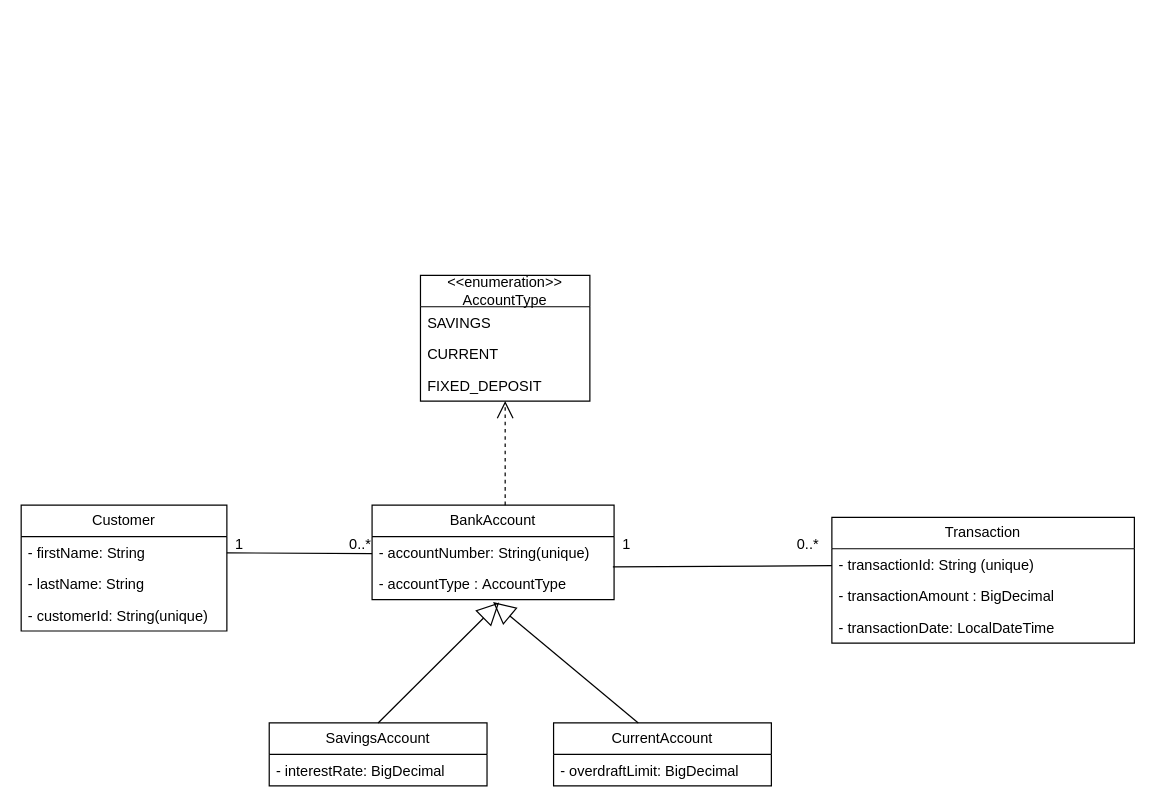
Before: page "BankAccountManagement" (11 of 12) of UML Diagram/Practice.drawio in prakashbtech87/aaaaaaaaaaaPrakashDrawIORepo, a draw.io diagram. Source tidied: cells renumbered, new cells numbered last; positions are measured from the earlier drawing's top-left corner, leaving out a move shared by most shapes. Both pictures are drawn from the tidied source at 121%, with x=0, y=0 at pixel (21, 275).
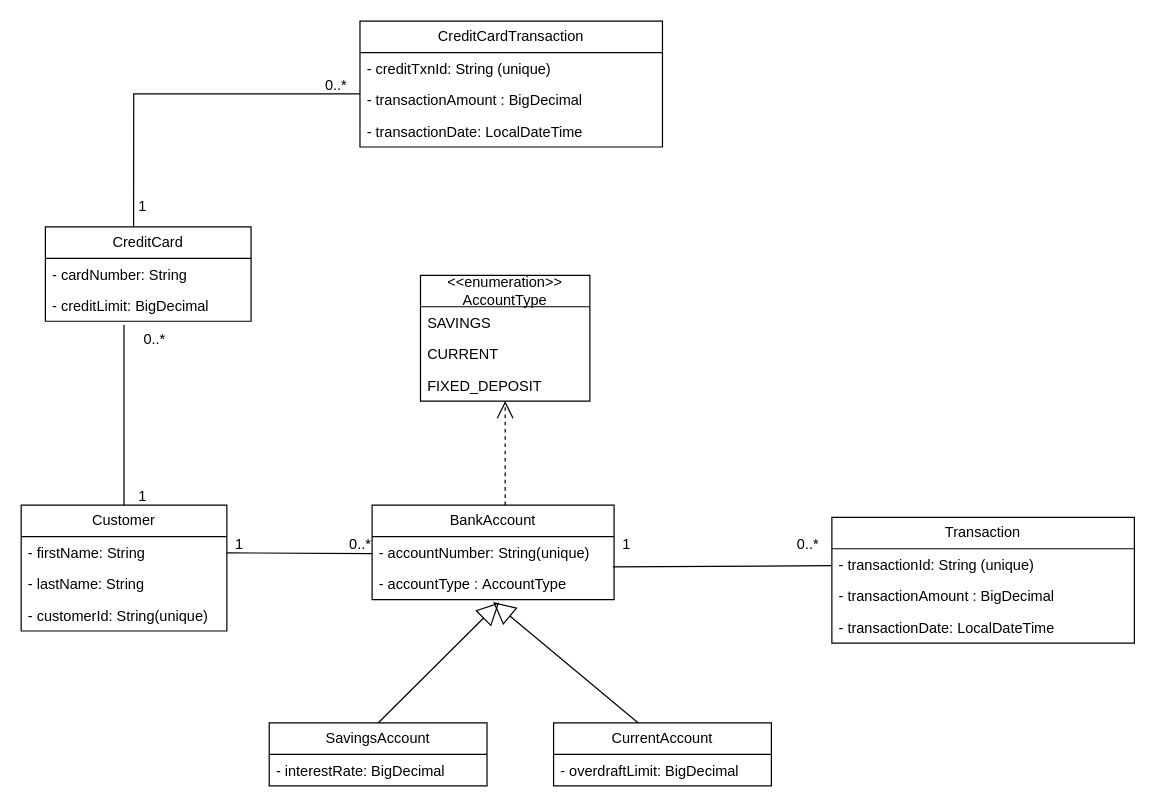
The same page after the edit.

Unchanged cells that the change refers to:
```xml
<mxCell id="2" value="Customer" style="swimlane;fontStyle=0;horizontal=1;startSize=26;fillColor=none;whiteSpace=wrap;html=1;" parent="1" vertex="1">
  <mxGeometry y="190" width="170" height="104" as="geometry" />
</mxCell>
```

What changed in the source:
```diff
@@
+    <mxCell id="30" value="CreditCard" style="swimlane;fontStyle=0;horizontal=1;startSize=26;fillColor=none;whiteSpace=wrap;html=1;" parent="1" vertex="1">
+      <mxGeometry x="20" y="-40" width="170" height="78" as="geometry" />
+    </mxCell>
+    <mxCell id="31" value="- cardNumber: String" style="text;strokeColor=none;fillColor=none;align=left;verticalAlign=top;spacingLeft=4;spacingRight=4;overflow=hidden;whiteSpace=wrap;html=1;" parent="30" vertex="1">
+      <mxGeometry y="26" width="170" height="26" as="geometry" />
+    </mxCell>
+    <mxCell id="32" value="- creditLimit: BigDecimal" style="text;strokeColor=none;fillColor=none;align=left;verticalAlign=top;spacingLeft=4;spacingRight=4;overflow=hidden;points=[[0,0.5],[1,0.5]];portConstraint=eastwest;whiteSpace=wrap;html=1;" parent="30" vertex="1">
+      <mxGeometry y="52" width="170" height="26" as="geometry" />
+    </mxCell>
+    <mxCell id="33" style="endArrow=none;html=1;rounded=0;exitX=0.5;exitY=0;exitDx=0;exitDy=0;entryX=0.382;entryY=1.115;entryDx=0;entryDy=0;entryPerimeter=0;" parent="1" edge="1" source="2" target="32">
+      <mxGeometry relative="1" as="geometry" />
+    </mxCell>
+    <mxCell id="34" value="0..*" style="text;html=1;align=center;verticalAlign=middle;strokeColor=none;fillColor=none;" parent="1" vertex="1">
+      <mxGeometry x="90" y="38" width="40" height="30" as="geometry" />
+    </mxCell>
+    <mxCell id="35" value="1" style="text;html=1;align=center;verticalAlign=middle;strokeColor=none;fillColor=none;" parent="1" vertex="1">
+      <mxGeometry x="85" y="168" width="30" height="30" as="geometry" />
+    </mxCell>
+    <mxCell id="36" value="CreditCardTransaction" style="swimlane;fontStyle=0;horizontal=1;startSize=26;fillColor=none;whiteSpace=wrap;html=1;" parent="1" vertex="1">
+      <mxGeometry x="280" y="-210" width="250" height="104" as="geometry" />
+    </mxCell>
+    <mxCell id="37" value="- creditTxnId: String (unique)" style="text;strokeColor=none;fillColor=none;align=left;verticalAlign=top;spacingLeft=4;spacingRight=4;overflow=hidden;whiteSpace=wrap;html=1;" parent="36" vertex="1">
+      <mxGeometry y="26" width="250" height="26" as="geometry" />
+    </mxCell>
+    <mxCell id="38" value="- transactionAmount : BigDecimal" style="text;strokeColor=none;fillColor=none;align=left;verticalAlign=top;spacingLeft=4;spacingRight=4;overflow=hidden;whiteSpace=wrap;html=1;" parent="36" vertex="1">
+      <mxGeometry y="52" width="250" height="26" as="geometry" />
+    </mxCell>
+    <mxCell id="39" value="- transactionDate: LocalDateTime" style="text;strokeColor=none;fillColor=none;align=left;verticalAlign=top;spacingLeft=4;spacingRight=4;overflow=hidden;whiteSpace=wrap;html=1;" parent="36" vertex="1">
+      <mxGeometry y="78" width="250" height="26" as="geometry" />
+    </mxCell>
+    <mxCell id="40" style="endArrow=none;html=1;rounded=0;exitX=0.429;exitY=-0.006;exitDx=0;exitDy=0;exitPerimeter=0;" parent="1" edge="1" source="30">
+      <mxGeometry relative="1" as="geometry">
+        <mxPoint x="280" y="-150" as="targetPoint" />
+        <Array as="points">
+          <mxPoint x="93" y="-150" />
+        </Array>
+      </mxGeometry>
+    </mxCell>
+    <mxCell id="41" value="0..*" style="text;html=1;align=center;verticalAlign=middle;strokeColor=none;fillColor=none;" parent="1" vertex="1">
+      <mxGeometry x="240" y="-172" width="40" height="30" as="geometry" />
+    </mxCell>
+    <mxCell id="42" value="1" style="text;html=1;align=center;verticalAlign=middle;strokeColor=none;fillColor=none;" parent="1" vertex="1">
+      <mxGeometry x="85" y="-72" width="30" height="30" as="geometry" />
+    </mxCell>
```
